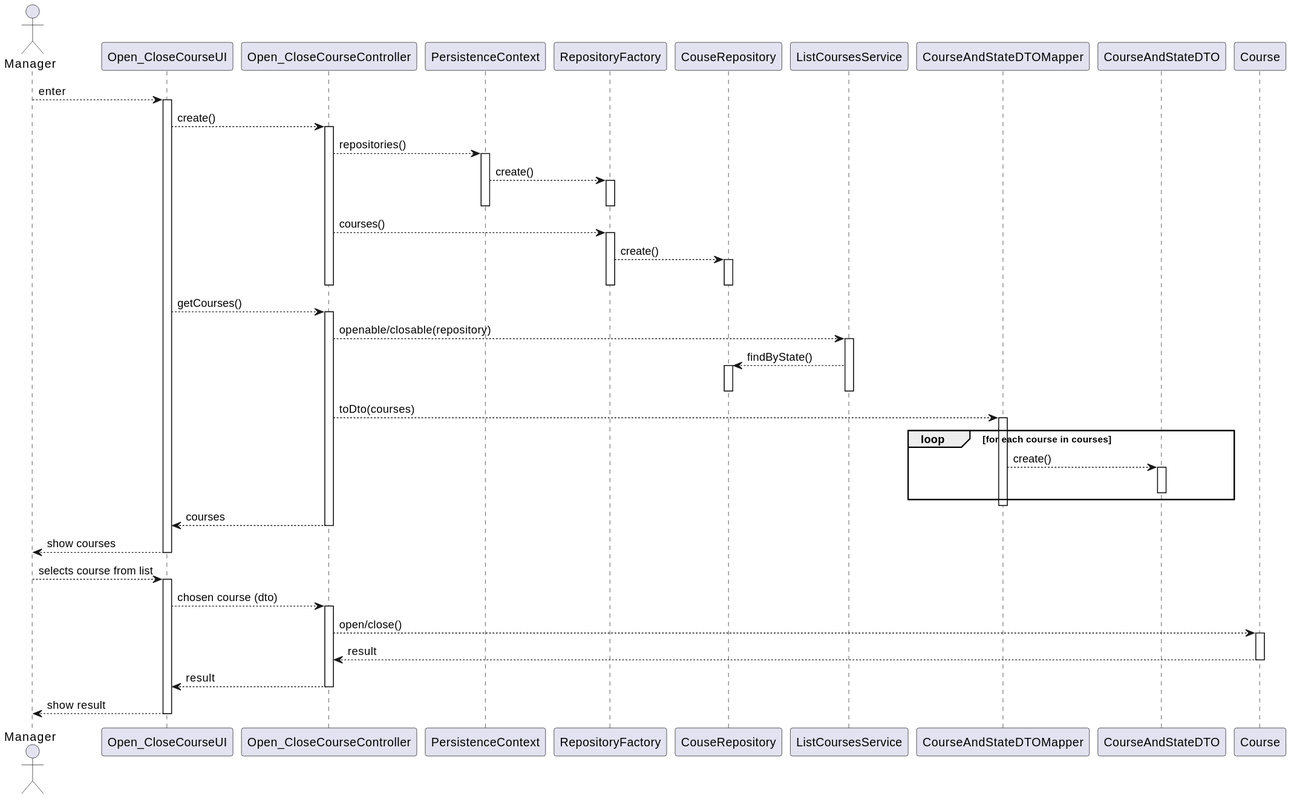
Before: docs/us_1004/sd.svg, a diagram exported from PlantUML (jovami/isep-lapr4).
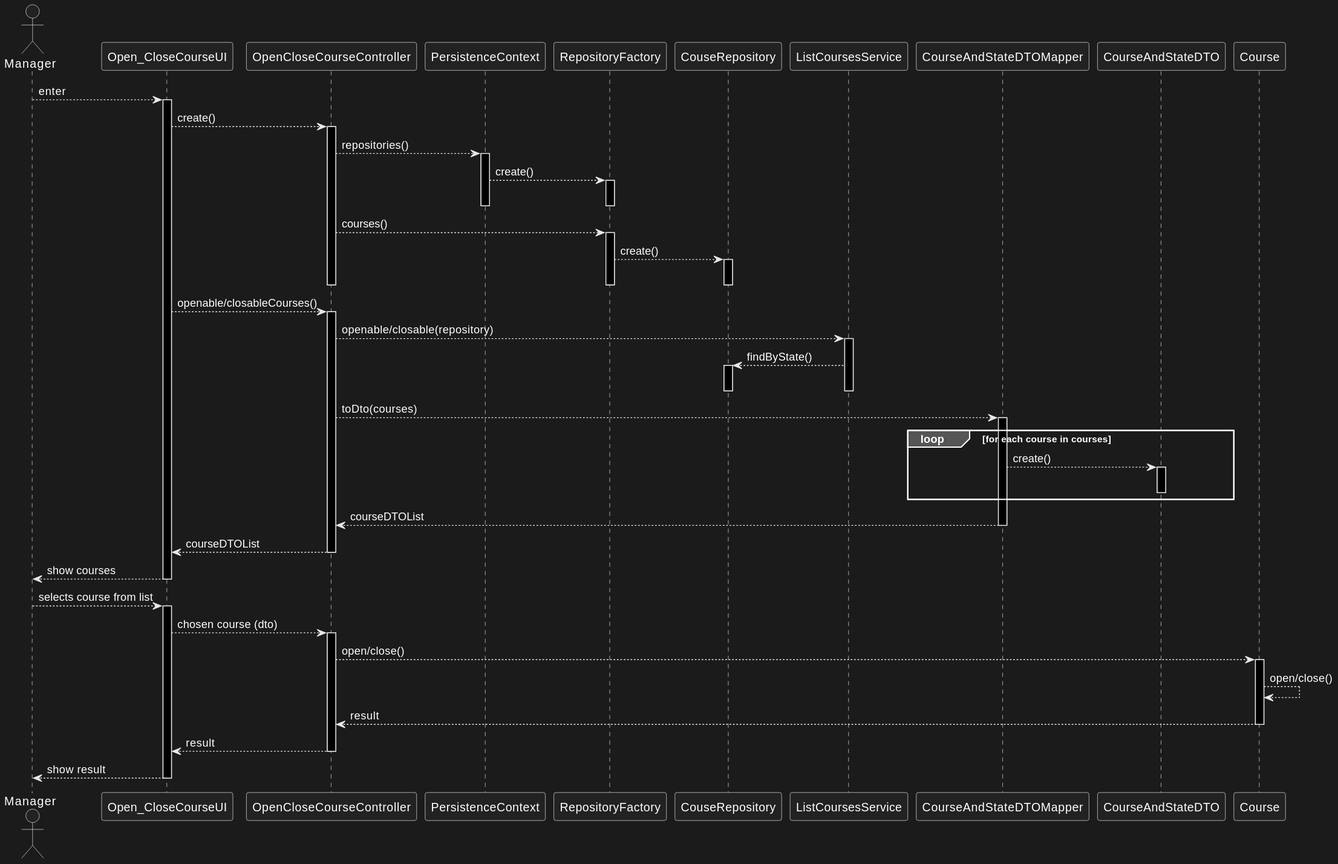
After the change.

Commit message:
refactor(us_1004): unify Open/Close CourseController

Change to the diagram source:
```diff
@@ -1,7 +1,7 @@
 @startuml
 actor Manager as user
 participant Open_CloseCourseUI as ui
-participant Open_CloseCourseController as ctrl
+participant OpenCloseCourseController as ctrl
 
 participant PersistenceContext as ctx
 participant RepositoryFactory as rep_fac
@@ -35,7 +35,7 @@
     deactivate ctrl
 
 
-    ui --> ctrl: getCourses()
+    ui --> ctrl: openable/closableCourses()
     activate ctrl
         ctrl --> svc: openable/closable(repository)
         activate svc
@@ -51,9 +51,10 @@
                 activate dto
                 deactivate dto
             end loop
+            mapper --> ctrl: courseDTOList
         deactivate mapper
 
-        ctrl --> ui: courses
+        ctrl --> ui: courseDTOList
     deactivate ctrl
 
     ui --> user: show courses
@@ -63,8 +64,9 @@
 activate ui
     ui --> ctrl: chosen course (dto)
     activate ctrl
-        ctrl ---> course: open/close()
+        ctrl --> course: open/close()
         activate course
+            course --> course: open/close()
             course --> ctrl: result
         deactivate course
 
```
